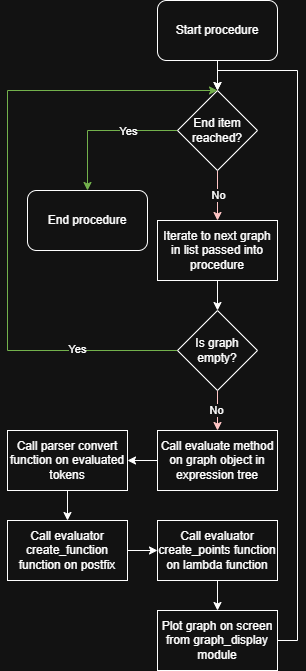
Before: documents/Design/render_graphs.drawio.png, a diagram exported from draw.io (LayanJethwa/graphical-calculator). Source tidied: cells renumbered, new cells last; positions are measured from the earlier drawing's top-left corner, leaving out a move shared by most shapes.
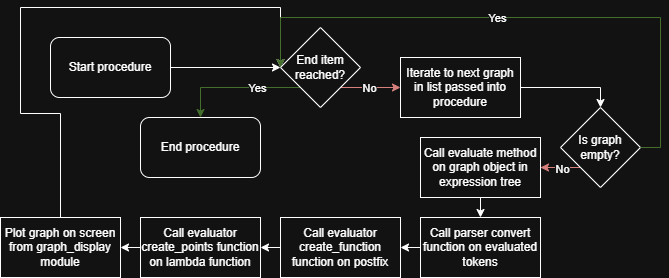
Above is the later version.

What changed in the source:
```diff
@@ -2,13 +2,13 @@
   <root>
     <mxCell id="0" />
     <mxCell id="1" parent="0" />
-    <mxCell id="2" style="edgeStyle=orthogonalEdgeStyle;rounded=0;jettySize=auto;html=1;exitX=0.5;exitY=1;exitDx=0;exitDy=0;entryX=0.5;entryY=0;entryDx=0;entryDy=0;" parent="1" edge="1" source="3" target="8">
+    <mxCell id="2" style="edgeStyle=orthogonalEdgeStyle;rounded=0;jettySize=auto;html=1;exitX=1;exitY=0.5;exitDx=0;exitDy=0;entryX=0;entryY=0.5;entryDx=0;entryDy=0;" parent="1" edge="1" source="3" target="8">
       <mxGeometry relative="1" as="geometry" />
     </mxCell>
     <mxCell id="3" value="Start procedure" style="rounded=1;whiteSpace=wrap;html=1;" parent="1" vertex="1">
-      <mxGeometry x="150" width="120" height="60" as="geometry" />
+      <mxGeometry x="-120" y="40" width="120" height="60" as="geometry" />
     </mxCell>
-    <mxCell id="4" style="edgeStyle=orthogonalEdgeStyle;rounded=0;jettySize=auto;html=1;exitX=0;exitY=0.5;exitDx=0;exitDy=0;entryX=0.5;entryY=0;entryDx=0;entryDy=0;fillColor=#60a917;strokeColor=#2D7600;" parent="1" edge="1" source="8" target="11">
+    <mxCell id="4" style="edgeStyle=orthogonalEdgeStyle;rounded=0;jettySize=auto;html=1;exitX=0;exitY=1;exitDx=0;exitDy=0;entryX=0.5;entryY=0;entryDx=0;entryDy=0;fillColor=#d5e8d4;strokeColor=#82b366;" parent="1" edge="1" source="8" target="11">
       <mxGeometry relative="1" as="geometry" />
     </mxCell>
     <mxCell id="5" value="Yes" style="edgeLabel;html=1;align=center;verticalAlign=middle;" parent="4" vertex="1">
@@ -16,73 +16,85 @@
         <mxPoint y="-2" as="offset" />
       </mxGeometry>
     </mxCell>
-    <mxCell id="6" style="edgeStyle=orthogonalEdgeStyle;rounded=0;jettySize=auto;html=1;exitX=0.5;exitY=1;exitDx=0;exitDy=0;entryX=0.5;entryY=0;entryDx=0;entryDy=0;fillColor=#a20025;strokeColor=#6F0000;" parent="1" edge="1" source="8" target="10">
+    <mxCell id="6" style="edgeStyle=orthogonalEdgeStyle;rounded=0;jettySize=auto;html=1;exitX=1;exitY=1;exitDx=0;exitDy=0;entryX=0;entryY=0.5;entryDx=0;entryDy=0;fillColor=#f8cecc;strokeColor=#b85450;" parent="1" edge="1" source="8" target="10">
       <mxGeometry relative="1" as="geometry" />
     </mxCell>
     <mxCell id="7" value="No" style="edgeLabel;html=1;align=center;verticalAlign=middle;" parent="6" vertex="1">
       <mxGeometry x="-0.06" relative="1" as="geometry" />
     </mxCell>
     <mxCell id="8" value="End item reached?" style="rhombus;whiteSpace=wrap;html=1;" parent="1" vertex="1">
-      <mxGeometry x="170" y="90" width="80" height="80" as="geometry" />
+      <mxGeometry x="110" y="30" width="80" height="80" as="geometry" />
     </mxCell>
-    <mxCell id="9" style="edgeStyle=orthogonalEdgeStyle;rounded=0;jettySize=auto;html=1;exitX=0.5;exitY=1;exitDx=0;exitDy=0;entryX=0.5;entryY=0;entryDx=0;entryDy=0;" parent="1" edge="1" source="10" target="16">
+    <mxCell id="9" style="edgeStyle=orthogonalEdgeStyle;rounded=0;jettySize=auto;html=1;exitX=1;exitY=0.5;exitDx=0;exitDy=0;entryX=0.5;entryY=0;entryDx=0;entryDy=0;" parent="1" edge="1" source="10" target="16">
       <mxGeometry relative="1" as="geometry" />
     </mxCell>
     <mxCell id="10" value="Iterate to next graph in list passed into procedure" style="rounded=0;whiteSpace=wrap;html=1;" parent="1" vertex="1">
-      <mxGeometry x="150" y="220" width="120" height="60" as="geometry" />
+      <mxGeometry x="230" y="60" width="120" height="60" as="geometry" />
     </mxCell>
     <mxCell id="11" value="End procedure" style="rounded=1;whiteSpace=wrap;html=1;" parent="1" vertex="1">
-      <mxGeometry x="20" y="190" width="120" height="60" as="geometry" />
+      <mxGeometry x="-30" y="120" width="120" height="60" as="geometry" />
     </mxCell>
-    <mxCell id="12" style="edgeStyle=orthogonalEdgeStyle;rounded=0;jettySize=auto;html=1;exitX=0;exitY=0.5;exitDx=0;exitDy=0;entryX=0.5;entryY=0;entryDx=0;entryDy=0;fillColor=#60a917;strokeColor=#2D7600;" parent="1" edge="1" source="16" target="8">
-      <mxGeometry relative="1" as="geometry">
-        <Array as="points">
-          <mxPoint y="350" />
-          <mxPoint y="90" />
-        </Array>
-      </mxGeometry>
-    </mxCell>
-    <mxCell id="13" value="Yes" style="edgeLabel;html=1;align=center;verticalAlign=middle;" parent="12" vertex="1">
-      <mxGeometry x="-0.69" y="-2" relative="1" as="geometry" />
-    </mxCell>
-    <mxCell id="14" style="edgeStyle=orthogonalEdgeStyle;rounded=0;jettySize=auto;html=1;exitX=0.5;exitY=1;exitDx=0;exitDy=0;entryX=0.5;entryY=0;entryDx=0;entryDy=0;fillColor=#a20025;strokeColor=#6F0000;" parent="1" edge="1" source="16" target="18">
+    <mxCell id="14" style="edgeStyle=orthogonalEdgeStyle;rounded=0;jettySize=auto;html=1;exitX=0;exitY=1;exitDx=0;exitDy=0;entryX=1;entryY=0.5;entryDx=0;entryDy=0;fillColor=#f8cecc;strokeColor=#b85450;" parent="1" edge="1" source="16" target="18">
       <mxGeometry relative="1" as="geometry" />
     </mxCell>
     <mxCell id="15" value="No" style="edgeLabel;html=1;align=center;verticalAlign=middle;" parent="14" vertex="1">
-      <mxGeometry x="-0.05" y="-2" relative="1" as="geometry" />
+      <mxGeometry x="-0.67" y="1" relative="1" as="geometry">
+        <mxPoint x="-6" as="offset" />
+      </mxGeometry>
     </mxCell>
     <mxCell id="16" value="Is graph empty?" style="rhombus;whiteSpace=wrap;html=1;" parent="1" vertex="1">
-      <mxGeometry x="170" y="310" width="80" height="80" as="geometry" />
+      <mxGeometry x="390" y="110" width="80" height="80" as="geometry" />
     </mxCell>
-    <mxCell id="17" style="edgeStyle=orthogonalEdgeStyle;rounded=0;jettySize=auto;html=1;exitX=0;exitY=0.5;exitDx=0;exitDy=0;entryX=1;entryY=0.5;entryDx=0;entryDy=0;" parent="1" edge="1" source="18" target="20">
+    <mxCell id="17" style="edgeStyle=orthogonalEdgeStyle;rounded=0;jettySize=auto;html=1;exitX=0.5;exitY=1;exitDx=0;exitDy=0;entryX=0.5;entryY=0;entryDx=0;entryDy=0;" parent="1" edge="1" source="18" target="20">
       <mxGeometry relative="1" as="geometry" />
     </mxCell>
     <mxCell id="18" value="Call evaluate method on graph object in expression tree" style="rounded=0;whiteSpace=wrap;html=1;" parent="1" vertex="1">
-      <mxGeometry x="150" y="430" width="120" height="60" as="geometry" />
+      <mxGeometry x="250" y="140" width="120" height="60" as="geometry" />
     </mxCell>
-    <mxCell id="19" style="edgeStyle=orthogonalEdgeStyle;rounded=0;jettySize=auto;html=1;exitX=0.5;exitY=1;exitDx=0;exitDy=0;entryX=0.5;entryY=0;entryDx=0;entryDy=0;" parent="1" edge="1" source="20" target="22">
+    <mxCell id="19" style="edgeStyle=orthogonalEdgeStyle;rounded=0;jettySize=auto;html=1;exitX=0;exitY=0.5;exitDx=0;exitDy=0;entryX=1;entryY=0.5;entryDx=0;entryDy=0;" parent="1" edge="1" source="20" target="22">
       <mxGeometry relative="1" as="geometry" />
     </mxCell>
     <mxCell id="20" value="Call parser convert function on evaluated tokens" style="rounded=0;whiteSpace=wrap;html=1;" parent="1" vertex="1">
-      <mxGeometry y="430" width="120" height="60" as="geometry" />
+      <mxGeometry x="250" y="220" width="120" height="60" as="geometry" />
     </mxCell>
-    <mxCell id="21" style="edgeStyle=orthogonalEdgeStyle;rounded=0;jettySize=auto;html=1;exitX=1;exitY=0.5;exitDx=0;exitDy=0;entryX=0;entryY=0.5;entryDx=0;entryDy=0;" parent="1" edge="1" source="22" target="24">
+    <mxCell id="21" style="edgeStyle=orthogonalEdgeStyle;rounded=0;jettySize=auto;html=1;exitX=0;exitY=0.5;exitDx=0;exitDy=0;entryX=1;entryY=0.5;entryDx=0;entryDy=0;" parent="1" edge="1" source="22" target="24">
       <mxGeometry relative="1" as="geometry" />
     </mxCell>
     <mxCell id="22" value="Call evaluator create_function function on postfix" style="rounded=0;whiteSpace=wrap;html=1;" parent="1" vertex="1">
-      <mxGeometry y="520" width="120" height="60" as="geometry" />
+      <mxGeometry x="110" y="220" width="120" height="60" as="geometry" />
     </mxCell>
-    <mxCell id="23" style="edgeStyle=orthogonalEdgeStyle;rounded=0;jettySize=auto;html=1;exitX=0.5;exitY=1;exitDx=0;exitDy=0;entryX=0.5;entryY=0;entryDx=0;entryDy=0;" parent="1" edge="1" source="24" target="26">
+    <mxCell id="23" style="edgeStyle=orthogonalEdgeStyle;rounded=0;jettySize=auto;html=1;exitX=0;exitY=0.5;exitDx=0;exitDy=0;entryX=1;entryY=0.5;entryDx=0;entryDy=0;" parent="1" edge="1" source="24" target="26">
       <mxGeometry relative="1" as="geometry" />
     </mxCell>
     <mxCell id="24" value="Call evaluator create_points function on lambda function" style="rounded=0;whiteSpace=wrap;html=1;" parent="1" vertex="1">
-      <mxGeometry x="150" y="520" width="120" height="60" as="geometry" />
+      <mxGeometry x="-30" y="220" width="120" height="60" as="geometry" />
     </mxCell>
-    <mxCell id="25" style="edgeStyle=orthogonalEdgeStyle;rounded=0;jettySize=auto;html=1;exitX=1;exitY=0.5;exitDx=0;exitDy=0;entryX=0.5;entryY=0;entryDx=0;entryDy=0;" parent="1" edge="1" source="26" target="8">
-      <mxGeometry relative="1" as="geometry" />
+    <mxCell id="25" style="edgeStyle=orthogonalEdgeStyle;rounded=0;jettySize=auto;html=1;exitX=0.5;exitY=0;exitDx=0;exitDy=0;entryX=0;entryY=0.5;entryDx=0;entryDy=0;" parent="1" edge="1" source="26" target="8">
+      <mxGeometry relative="1" as="geometry">
+        <Array as="points">
+          <mxPoint x="-110" y="116" />
+          <mxPoint x="-150" y="116" />
+          <mxPoint x="-150" y="10" />
+          <mxPoint x="110" y="10" />
+        </Array>
+      </mxGeometry>
     </mxCell>
     <mxCell id="26" value="Plot graph on screen from graph_display module" style="rounded=0;whiteSpace=wrap;html=1;" parent="1" vertex="1">
-      <mxGeometry x="150" y="610" width="120" height="60" as="geometry" />
+      <mxGeometry x="-170" y="220" width="120" height="60" as="geometry" />
     </mxCell>
+    <mxCell id="12" style="edgeStyle=orthogonalEdgeStyle;rounded=0;jettySize=auto;html=1;exitX=1;exitY=0.5;exitDx=0;exitDy=0;entryX=0;entryY=0.5;entryDx=0;entryDy=0;fillColor=#d5e8d4;strokeColor=#82b366;" parent="1" edge="1" source="16" target="8">
+      <mxGeometry relative="1" as="geometry">
+        <Array as="points">
+          <mxPoint x="490" y="150" />
+          <mxPoint x="490" y="20" />
+          <mxPoint x="110" y="20" />
+        </Array>
+      </mxGeometry>
+    </mxCell>
+    <mxCell id="13" value="Yes" style="edgeLabel;html=1;align=center;verticalAlign=middle;" parent="12" vertex="1">
+      <mxGeometry x="0.08" y="3" relative="1" as="geometry">
+        <mxPoint y="-3" as="offset" />
+      </mxGeometry>
+    </mxCell>
   </root>
 </mxGraphModel>
```
